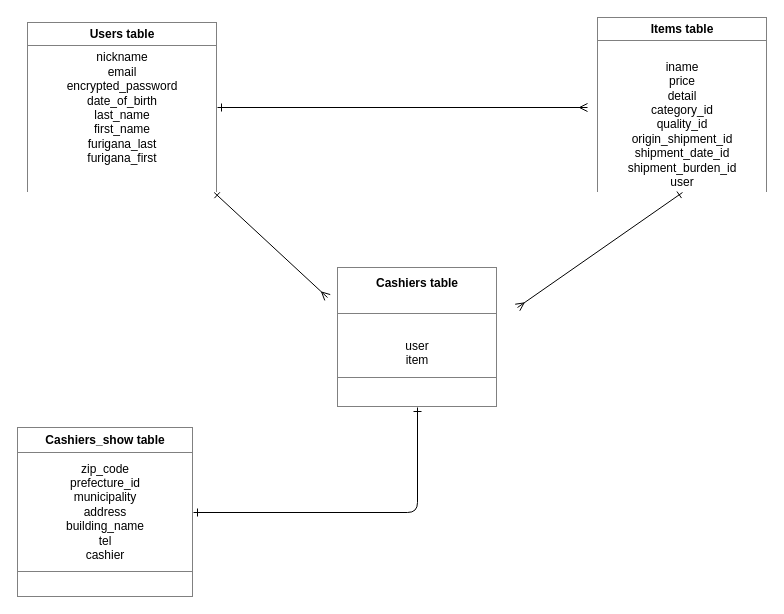
haruna666/furima-31738 keeps this draw.io diagram as furima.dio. Above is the earlier version. Source tidied: cells renumbered, new cells numbered last; positions are measured from the earlier drawing's top-left corner, leaving out a move shared by most shapes. Both pictures are drawn from the tidied source at 100%, with x=0, y=0 at pixel (17, 17).
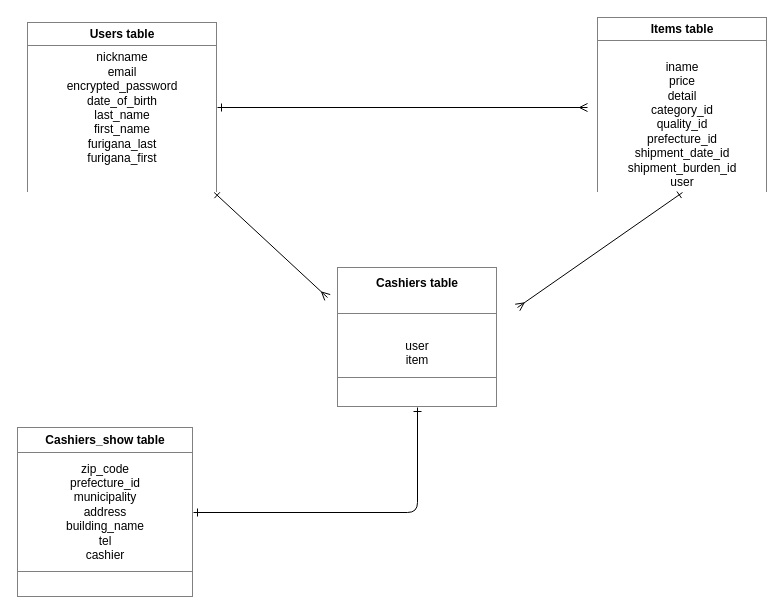
Above is the later version.

Commit message (it also covers changes not shown here):
READEME,itemsテーブルのprefecture記述変更

Change to the diagram source:
```diff
@@
 <mxGraphModel>
   <root>
     <mxCell id="0" />
     <mxCell id="1" parent="0" />
     <mxCell id="2" style="edgeStyle=none;rounded=1;jettySize=auto;html=1;endArrow=ERmany;endFill=0;startArrow=ERone;startFill=0;" parent="1" edge="1" source="4">
       <mxGeometry relative="1" as="geometry">
         <mxPoint x="570" y="90" as="targetPoint" />
       </mxGeometry>
     </mxCell>
     <mxCell id="3" style="edgeStyle=none;rounded=1;jettySize=auto;html=1;startArrow=ERone;startFill=0;endArrow=ERmany;endFill=0;" parent="1" edge="1" source="4">
       <mxGeometry relative="1" as="geometry">
         <mxPoint x="310" y="280" as="targetPoint" />
       </mxGeometry>
     </mxCell>
     <mxCell id="4" value="&lt;table border=&quot;1&quot; width=&quot;100%&quot; cellpadding=&quot;4&quot; style=&quot;width: 100% ; height: 100% ; border-collapse: collapse&quot;&gt;&lt;tbody&gt;&lt;tr&gt;&lt;th align=&quot;center&quot;&gt;Users table&lt;/th&gt;&lt;/tr&gt;&lt;tr&gt;&lt;td align=&quot;center&quot;&gt;nickname&lt;br&gt;email&lt;br&gt;encrypted_password&lt;br&gt;date_of_birth&lt;br&gt;last_name&lt;br&gt;first_name&lt;br&gt;furigana_last&lt;br&gt;furigana_first&lt;br&gt;&lt;br&gt;&lt;br&gt;&lt;/td&gt;&lt;/tr&gt;&lt;tr&gt;&lt;td&gt;&lt;div style=&quot;text-align: center&quot;&gt;&lt;br&gt;&lt;/div&gt;&lt;/td&gt;&lt;/tr&gt;&lt;/tbody&gt;&lt;/table&gt;" style="text;html=1;strokeColor=none;fillColor=none;overflow=fill;" parent="1" vertex="1">
       <mxGeometry x="10" y="5" width="190" height="170" as="geometry" />
     </mxCell>
     <mxCell id="5" style="edgeStyle=none;rounded=1;jettySize=auto;html=1;exitX=0.5;exitY=1;exitDx=0;exitDy=0;startArrow=ERone;startFill=0;endArrow=ERmany;endFill=0;" parent="1" edge="1" source="6">
       <mxGeometry relative="1" as="geometry">
         <mxPoint x="500" y="290" as="targetPoint" />
       </mxGeometry>
     </mxCell>
-    <mxCell id="6" value="&lt;table border=&quot;1&quot; width=&quot;100%&quot; cellpadding=&quot;4&quot; style=&quot;width: 100% ; height: 100% ; border-collapse: collapse&quot;&gt;&lt;tbody&gt;&lt;tr&gt;&lt;th align=&quot;center&quot;&gt;Items table&lt;/th&gt;&lt;/tr&gt;&lt;tr&gt;&lt;td align=&quot;center&quot;&gt;&lt;br&gt;iname&lt;br&gt;price&lt;br&gt;detail&lt;br&gt;category_id&lt;br&gt;quality_id&lt;br&gt;origin_shipment_id&lt;br&gt;shipment_date_id&lt;br&gt;shipment_burden_id&lt;br&gt;user&lt;br&gt;&lt;br&gt;&lt;/td&gt;&lt;/tr&gt;&lt;tr&gt;&lt;td align=&quot;center&quot;&gt;&lt;br&gt;&lt;/td&gt;&lt;/tr&gt;&lt;/tbody&gt;&lt;/table&gt;" style="text;html=1;strokeColor=none;fillColor=none;overflow=fill;" parent="1" vertex="1">
+    <mxCell id="6" value="&lt;table border=&quot;1&quot; width=&quot;100%&quot; cellpadding=&quot;4&quot; style=&quot;width: 100% ; height: 100% ; border-collapse: collapse&quot;&gt;&lt;tbody&gt;&lt;tr&gt;&lt;th align=&quot;center&quot;&gt;Items table&lt;/th&gt;&lt;/tr&gt;&lt;tr&gt;&lt;td align=&quot;center&quot;&gt;&lt;br&gt;iname&lt;br&gt;price&lt;br&gt;detail&lt;br&gt;category_id&lt;br&gt;quality_id&lt;br&gt;prefecture_id&lt;br&gt;shipment_date_id&lt;br&gt;shipment_burden_id&lt;br&gt;user&lt;br&gt;&lt;br&gt;&lt;/td&gt;&lt;/tr&gt;&lt;tr&gt;&lt;td align=&quot;center&quot;&gt;&lt;br&gt;&lt;/td&gt;&lt;/tr&gt;&lt;/tbody&gt;&lt;/table&gt;" style="text;html=1;strokeColor=none;fillColor=none;overflow=fill;" parent="1" vertex="1">
       <mxGeometry x="580" width="170" height="175" as="geometry" />
     </mxCell>
     <mxCell id="7" style="edgeStyle=orthogonalEdgeStyle;rounded=1;jettySize=auto;html=1;exitX=1;exitY=0.5;exitDx=0;exitDy=0;entryX=0.5;entryY=1;entryDx=0;entryDy=0;startArrow=ERone;startFill=0;endArrow=ERone;endFill=0;" parent="1" edge="1" source="8" target="9">
       <mxGeometry relative="1" as="geometry" />
     </mxCell>
     <mxCell id="8" value="&lt;table border=&quot;1&quot; width=&quot;100%&quot; cellpadding=&quot;4&quot; style=&quot;width: 100% ; height: 100% ; border-collapse: collapse&quot;&gt;&lt;tbody&gt;&lt;tr&gt;&lt;th align=&quot;center&quot;&gt;Cashiers_show table&lt;/th&gt;&lt;/tr&gt;&lt;tr&gt;&lt;td align=&quot;center&quot;&gt;zip_code&lt;br&gt;prefecture_id&lt;br&gt;municipality&lt;br&gt;address&lt;br&gt;building_name&lt;br&gt;tel&lt;br&gt;cashier&lt;/td&gt;&lt;/tr&gt;&lt;tr&gt;&lt;td align=&quot;center&quot;&gt;&lt;br&gt;&lt;/td&gt;&lt;/tr&gt;&lt;/tbody&gt;&lt;/table&gt;" style="text;html=1;strokeColor=none;fillColor=none;overflow=fill;" parent="1" vertex="1">
       <mxGeometry y="410" width="176" height="170" as="geometry" />
     </mxCell>
     <mxCell id="9" value="&lt;table border=&quot;1&quot; width=&quot;100%&quot; cellpadding=&quot;4&quot; style=&quot;width: 100% ; height: 100% ; border-collapse: collapse&quot;&gt;&lt;tbody&gt;&lt;tr&gt;&lt;th align=&quot;center&quot;&gt;Cashiers table&lt;br&gt;&lt;br&gt;&lt;/th&gt;&lt;/tr&gt;&lt;tr&gt;&lt;td align=&quot;center&quot;&gt;&lt;br&gt;user&lt;br&gt;item&lt;/td&gt;&lt;/tr&gt;&lt;tr&gt;&lt;td align=&quot;center&quot;&gt;&lt;br&gt;&lt;/td&gt;&lt;/tr&gt;&lt;/tbody&gt;&lt;/table&gt;" style="text;html=1;strokeColor=none;fillColor=none;overflow=fill;" parent="1" vertex="1">
       <mxGeometry x="320" y="250" width="160" height="140" as="geometry" />
     </mxCell>
   </root>
 </mxGraphModel>
```
